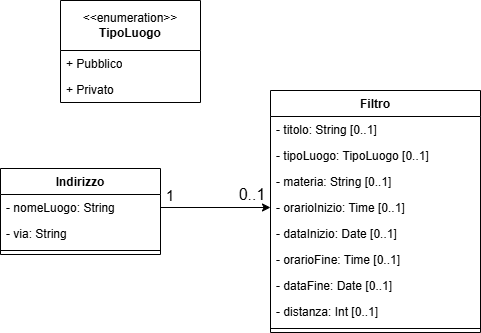
federicoporpora/studyLink keeps this draw.io diagram as latex/images/modello-del-dominio-filtro.png. Above is the earlier version. Source tidied: cells renumbered, new cells last; positions are measured from the earlier drawing's top-left corner, leaving out a move shared by most shapes.
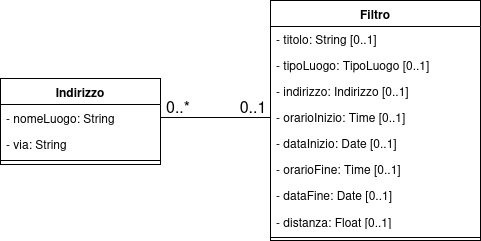
After the change.

Change to the diagram source:
```diff
@@ -3,7 +3,7 @@
     <mxCell id="0" />
     <mxCell id="1" parent="0" />
     <mxCell id="2" value="Filtro" style="swimlane;fontStyle=1;align=center;verticalAlign=top;horizontal=1;startSize=26;whiteSpace=wrap;html=1;" parent="1" vertex="1">
-      <mxGeometry x="270" y="90" width="210" height="242" as="geometry" />
+      <mxGeometry x="270" y="90" width="210" height="240" as="geometry" />
     </mxCell>
     <mxCell id="3" value="- titolo: String [0..1]" style="text;align=left;verticalAlign=top;spacingLeft=4;spacingRight=4;overflow=hidden;" parent="2" vertex="1">
       <mxGeometry y="26" width="210" height="26" as="geometry" />
@@ -11,7 +11,7 @@
     <mxCell id="4" value="- tipoLuogo: TipoLuogo [0..1]" style="text;align=left;verticalAlign=top;spacingLeft=4;spacingRight=4;overflow=hidden;rounded=0;shadow=0;html=0;" parent="2" vertex="1">
       <mxGeometry y="52" width="210" height="26" as="geometry" />
     </mxCell>
-    <mxCell id="5" value="- materia: String [0..1]" style="text;align=left;verticalAlign=top;spacingLeft=4;spacingRight=4;overflow=hidden;rounded=0;shadow=0;html=0;" parent="2" vertex="1">
+    <mxCell id="5" value="- indirizzo: Indirizzo [0..1]" style="text;align=left;verticalAlign=top;spacingLeft=4;spacingRight=4;overflow=hidden;rounded=0;shadow=0;html=0;" parent="2" vertex="1">
       <mxGeometry y="78" width="210" height="26" as="geometry" />
     </mxCell>
     <mxCell id="6" value="- orarioInizio: Time [0..1]" style="text;align=left;verticalAlign=top;spacingLeft=4;spacingRight=4;overflow=hidden;points=[[0,0.5],[1,0.5]];portConstraint=eastwest;rounded=0;shadow=0;html=0;" parent="2" vertex="1">
@@ -26,11 +26,11 @@
     <mxCell id="9" value="- dataFine: Date [0..1]" style="text;align=left;verticalAlign=top;spacingLeft=4;spacingRight=4;overflow=hidden;rounded=0;shadow=0;html=0;" parent="2" vertex="1">
       <mxGeometry y="182" width="210" height="26" as="geometry" />
     </mxCell>
-    <mxCell id="10" value="- distanza: Int [0..1]" style="text;strokeColor=none;fillColor=none;align=left;verticalAlign=top;spacingLeft=4;spacingRight=4;overflow=hidden;whiteSpace=wrap;html=1;" parent="2" vertex="1">
+    <mxCell id="10" value="&lt;div&gt;- distanza: Float [0..1]&lt;/div&gt;" style="text;strokeColor=none;fillColor=none;align=left;verticalAlign=top;spacingLeft=4;spacingRight=4;overflow=hidden;whiteSpace=wrap;html=1;" parent="2" vertex="1">
       <mxGeometry y="208" width="210" height="26" as="geometry" />
     </mxCell>
     <mxCell id="11" style="line;strokeWidth=1;fillColor=none;align=left;verticalAlign=middle;spacingTop=-1;spacingLeft=3;spacingRight=3;labelPosition=right;strokeColor=inherit;" parent="2" vertex="1">
-      <mxGeometry y="234" width="210" height="8" as="geometry" />
+      <mxGeometry y="234" width="210" height="6" as="geometry" />
     </mxCell>
     <mxCell id="12" value="Indirizzo" style="swimlane;fontStyle=1;align=center;verticalAlign=top;horizontal=1;startSize=26;whiteSpace=wrap;html=1;" parent="1" vertex="1">
       <mxGeometry y="168" width="160" height="86" as="geometry" />
@@ -44,23 +44,14 @@
     <mxCell id="15" style="line;strokeWidth=1;fillColor=none;align=left;verticalAlign=middle;spacingTop=-1;spacingLeft=3;spacingRight=3;labelPosition=right;strokeColor=inherit;" parent="12" vertex="1">
       <mxGeometry y="78" width="160" height="8" as="geometry" />
     </mxCell>
-    <mxCell id="16" style="edgeStyle=orthogonalEdgeStyle;rounded=0;jettySize=auto;html=1;exitX=1;exitY=0.5;exitDx=0;exitDy=0;entryX=0;entryY=0.5;entryDx=0;entryDy=0;" parent="1" edge="1" source="13" target="6">
+    <mxCell id="16" style="edgeStyle=orthogonalEdgeStyle;rounded=0;jettySize=auto;html=1;exitX=1;exitY=0.5;exitDx=0;exitDy=0;entryX=0;entryY=0.5;entryDx=0;entryDy=0;endArrow=none;endFill=0;" parent="1" edge="1" source="13" target="6">
       <mxGeometry relative="1" as="geometry" />
     </mxCell>
-    <mxCell id="17" value="&lt;font style=&quot;font-size: 15px;&quot;&gt;1&lt;/font&gt;" style="text;html=1;whiteSpace=wrap;strokeColor=none;fillColor=none;align=center;verticalAlign=middle;rounded=0;" parent="1" vertex="1">
-      <mxGeometry x="140" y="180" width="60" height="30" as="geometry" />
-    </mxCell>
     <mxCell id="18" value="&lt;font style=&quot;font-size: 16px;&quot;&gt;0..1&lt;/font&gt;" style="text;html=1;whiteSpace=wrap;strokeColor=none;fillColor=none;align=center;verticalAlign=middle;rounded=0;" parent="1" vertex="1">
-      <mxGeometry x="222" y="179" width="60" height="30" as="geometry" />
+      <mxGeometry x="223" y="181" width="60" height="30" as="geometry" />
     </mxCell>
-    <mxCell id="19" value="&amp;lt;&amp;lt;enumeration&amp;gt;&amp;gt;&lt;div&gt;&lt;b&gt;TipoLuogo&lt;/b&gt;&lt;/div&gt;" style="swimlane;fontStyle=0;horizontal=1;startSize=50;fillColor=none;whiteSpace=wrap;html=1;" parent="1" vertex="1">
-      <mxGeometry x="60" width="140" height="102" as="geometry" />
-    </mxCell>
-    <mxCell id="20" value="+ Pubblico" style="text;strokeColor=none;fillColor=none;align=left;verticalAlign=top;spacingLeft=4;spacingRight=4;overflow=hidden;whiteSpace=wrap;html=1;" parent="19" vertex="1">
-      <mxGeometry y="50" width="140" height="26" as="geometry" />
-    </mxCell>
-    <mxCell id="21" value="+ Privato" style="text;strokeColor=none;fillColor=none;align=left;verticalAlign=top;spacingLeft=4;spacingRight=4;overflow=hidden;whiteSpace=wrap;html=1;" parent="19" vertex="1">
-      <mxGeometry y="76" width="140" height="26" as="geometry" />
-    </mxCell>
+    <mxCell id="22" value="&lt;font style=&quot;font-size: 16px;&quot;&gt;0..*&lt;/font&gt;" style="text;html=1;whiteSpace=wrap;strokeColor=none;fillColor=none;align=center;verticalAlign=middle;rounded=0;" parent="1" vertex="1">
+      <mxGeometry x="148" y="181" width="60" height="30" as="geometry" />
+    </mxCell>
   </root>
 </mxGraphModel>
```
